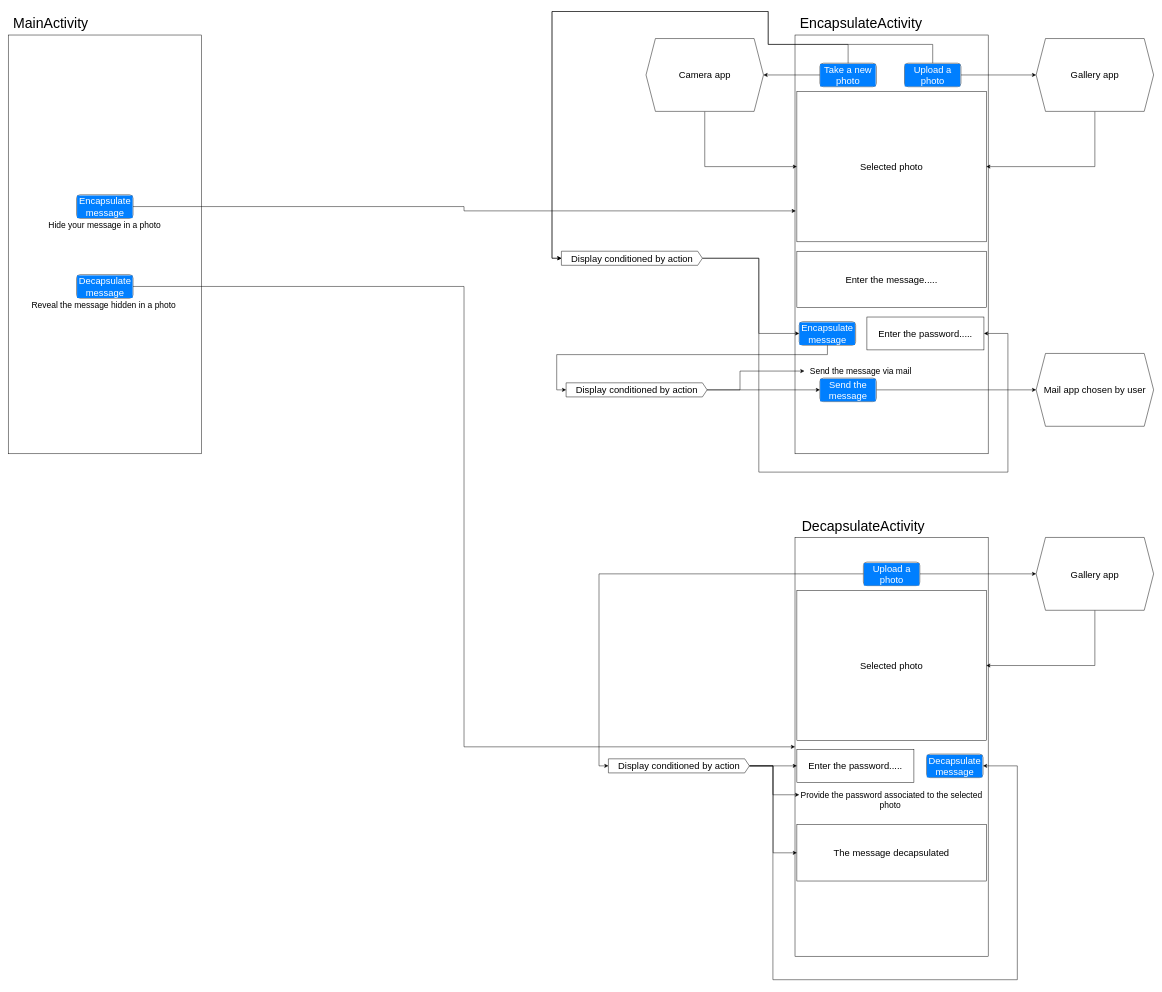
Above: appDesign/activityDesign.drawio in Andrei144/stegano (draw.io), before the change. Source tidied: cells renumbered, new cells numbered last; positions are measured from the earlier drawing's top-left corner, leaving out a move shared by most shapes. Both pictures are drawn from the tidied source at 47%, with x=0, y=0 at pixel (8, 11).
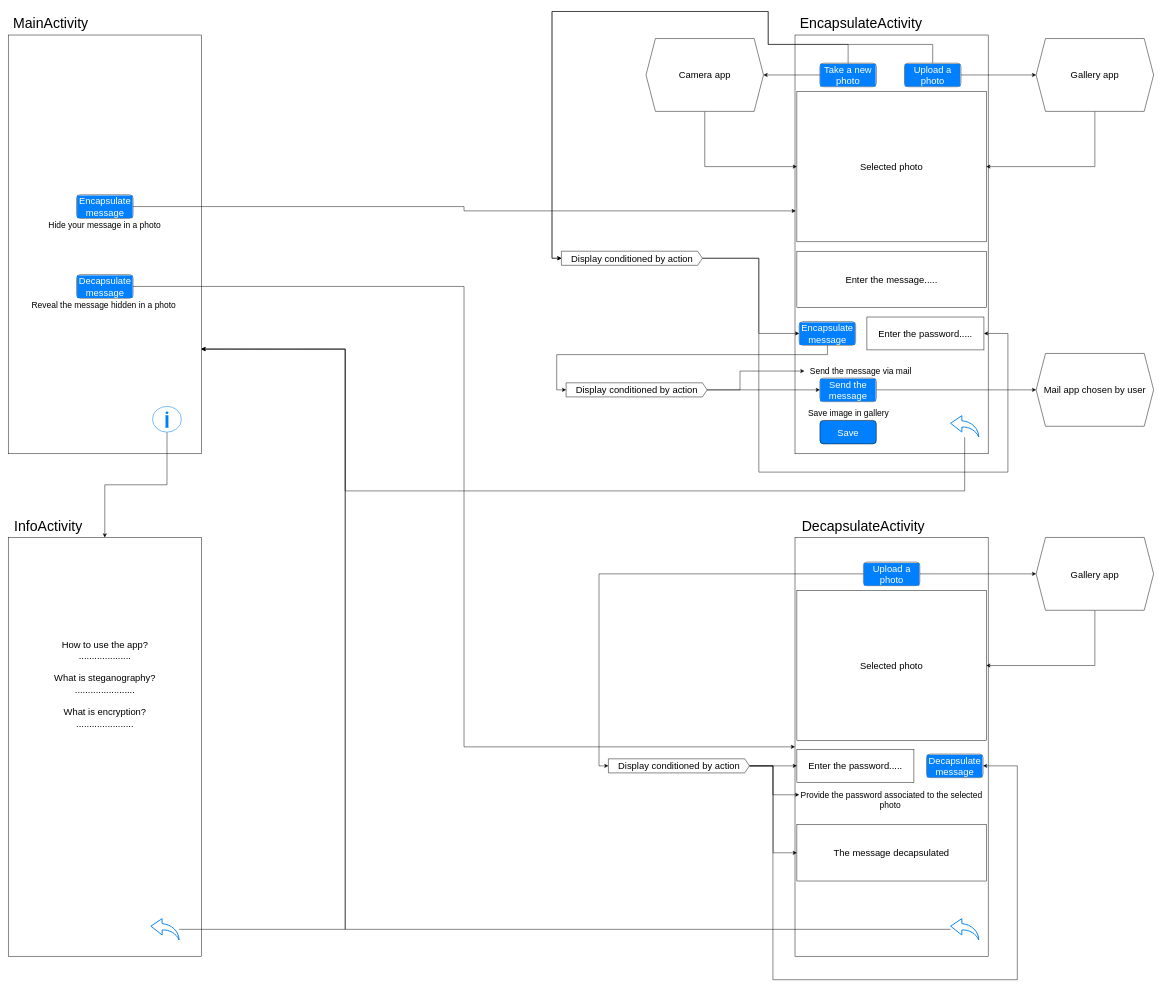
The same page after the edit.

Commit message:
Update the app design.

Unchanged cells that the change refers to:
```xml
<mxCell id="2" style="rounded=0;whiteSpace=wrap;html=1;" parent="1" vertex="1">
  <mxGeometry y="50" width="411" height="891" as="geometry" />
</mxCell>
```

Change to the diagram source:
```diff
@@
+    <mxCell id="54" style="edgeStyle=orthogonalEdgeStyle;rounded=0;jettySize=auto;html=1;entryX=1;entryY=0.75;entryDx=0;entryDy=0;" parent="1" edge="1" source="55" target="2">
+      <mxGeometry relative="1" as="geometry">
+        <Array as="points">
+          <mxPoint x="2035" y="1020" />
+          <mxPoint x="717" y="1020" />
+          <mxPoint x="717" y="718" />
+        </Array>
+      </mxGeometry>
+    </mxCell>
+    <mxCell id="55" style="html=1;verticalLabelPosition=bottom;align=center;labelBackgroundColor=#ffffff;verticalAlign=top;strokeWidth=2;strokeColor=#0080F0;shadow=0;dashed=0;shape=mxgraph.ios7.icons.back;" parent="1" vertex="1">
+      <mxGeometry x="2005" y="860" width="60" height="45.5" as="geometry" />
+    </mxCell>
+    <mxCell id="56" style="edgeStyle=orthogonalEdgeStyle;rounded=0;jettySize=auto;html=1;entryX=1;entryY=0.75;entryDx=0;entryDy=0;" parent="1" edge="1" source="57" target="2">
+      <mxGeometry relative="1" as="geometry">
+        <Array as="points">
+          <mxPoint x="717" y="1953" />
+          <mxPoint x="717" y="718" />
+        </Array>
+      </mxGeometry>
+    </mxCell>
+    <mxCell id="57" style="html=1;verticalLabelPosition=bottom;align=center;labelBackgroundColor=#ffffff;verticalAlign=top;strokeWidth=2;strokeColor=#0080F0;shadow=0;dashed=0;shape=mxgraph.ios7.icons.back;" parent="1" vertex="1">
+      <mxGeometry x="2005" y="1930" width="60" height="45.5" as="geometry" />
+    </mxCell>
+    <mxCell id="58" style="edgeStyle=orthogonalEdgeStyle;rounded=0;jettySize=auto;html=1;" parent="1" edge="1" source="59" target="61">
+      <mxGeometry relative="1" as="geometry" />
+    </mxCell>
+    <mxCell id="59" style="html=1;verticalLabelPosition=bottom;labelBackgroundColor=#ffffff;verticalAlign=top;shadow=0;dashed=0;strokeWidth=2;shape=mxgraph.ios7.misc.info;strokeColor=#0080f0;sketch=0;" parent="1" vertex="1">
+      <mxGeometry x="307" y="840" width="61.5" height="55" as="geometry" />
+    </mxCell>
+    <mxCell id="60" value="Save" style="rounded=1;whiteSpace=wrap;html=1;fontSize=20;fontColor=#FFFFFF;labelBackgroundColor=none;fillColor=#007FFF;" parent="1" vertex="1">
+      <mxGeometry x="1727" y="870" width="120" height="50" as="geometry" />
+    </mxCell>
+    <mxCell id="61" style="rounded=0;whiteSpace=wrap;html=1;" parent="1" vertex="1">
+      <mxGeometry y="1119" width="411" height="891" as="geometry" />
+    </mxCell>
+    <mxCell id="62" value="InfoActivity" style="text;html=1;align=center;verticalAlign=middle;strokeColor=none;fillColor=none;fontSize=30;" parent="1" vertex="1">
+      <mxGeometry y="1069" width="170" height="50" as="geometry" />
+    </mxCell>
+    <mxCell id="63" style="edgeStyle=orthogonalEdgeStyle;rounded=0;jettySize=auto;html=1;entryX=1;entryY=0.75;entryDx=0;entryDy=0;" parent="1" edge="1" source="64" target="2">
+      <mxGeometry relative="1" as="geometry">
+        <Array as="points">
+          <mxPoint x="717" y="1953" />
+          <mxPoint x="717" y="718" />
+        </Array>
+      </mxGeometry>
+    </mxCell>
+    <mxCell id="64" style="html=1;verticalLabelPosition=bottom;align=center;labelBackgroundColor=#ffffff;verticalAlign=top;strokeWidth=2;strokeColor=#0080F0;shadow=0;dashed=0;shape=mxgraph.ios7.icons.back;" parent="1" vertex="1">
+      <mxGeometry x="303.5" y="1930" width="60" height="45.5" as="geometry" />
+    </mxCell>
+    <mxCell id="65" value="&lt;font style=&quot;font-size: 20px;&quot;&gt;How to use the app?&lt;/font&gt;&lt;div&gt;&lt;span style=&quot;font-size: 20px;&quot;&gt;....................&lt;br&gt;&lt;/span&gt;&lt;div style=&quot;font-size: 20px;&quot;&gt;&lt;font style=&quot;font-size: 20px;&quot;&gt;&lt;br&gt;&lt;/font&gt;&lt;/div&gt;&lt;div style=&quot;font-size: 20px;&quot;&gt;&lt;font style=&quot;font-size: 20px;&quot;&gt;What is steganography?&lt;/font&gt;&lt;/div&gt;&lt;div style=&quot;font-size: 20px;&quot;&gt;&lt;font style=&quot;font-size: 20px;&quot;&gt;.......................&lt;/font&gt;&lt;/div&gt;&lt;div style=&quot;font-size: 20px;&quot;&gt;&lt;font style=&quot;font-size: 20px;&quot;&gt;&lt;br&gt;&lt;/font&gt;&lt;/div&gt;&lt;div style=&quot;font-size: 20px;&quot;&gt;&lt;font style=&quot;font-size: 20px;&quot;&gt;What is encryption?&lt;/font&gt;&lt;/div&gt;&lt;/div&gt;&lt;div style=&quot;font-size: 20px;&quot;&gt;&lt;font style=&quot;font-size: 20px;&quot;&gt;......................&lt;/font&gt;&lt;/div&gt;" style="text;html=1;align=center;verticalAlign=middle;whiteSpace=wrap;rounded=0;" parent="1" vertex="1">
+      <mxGeometry x="30.5" y="1190" width="350" height="480" as="geometry" />
+    </mxCell>
+    <mxCell id="66" value="Save image in gallery&lt;span style=&quot;background-color: initial;&quot;&gt;&amp;nbsp;&lt;/span&gt;" style="text;html=1;align=center;verticalAlign=middle;whiteSpace=wrap;rounded=0;fontSize=18;" parent="1" vertex="1">
+      <mxGeometry x="1694" y="840" width="192.5" height="30" as="geometry" />
+    </mxCell>
```
